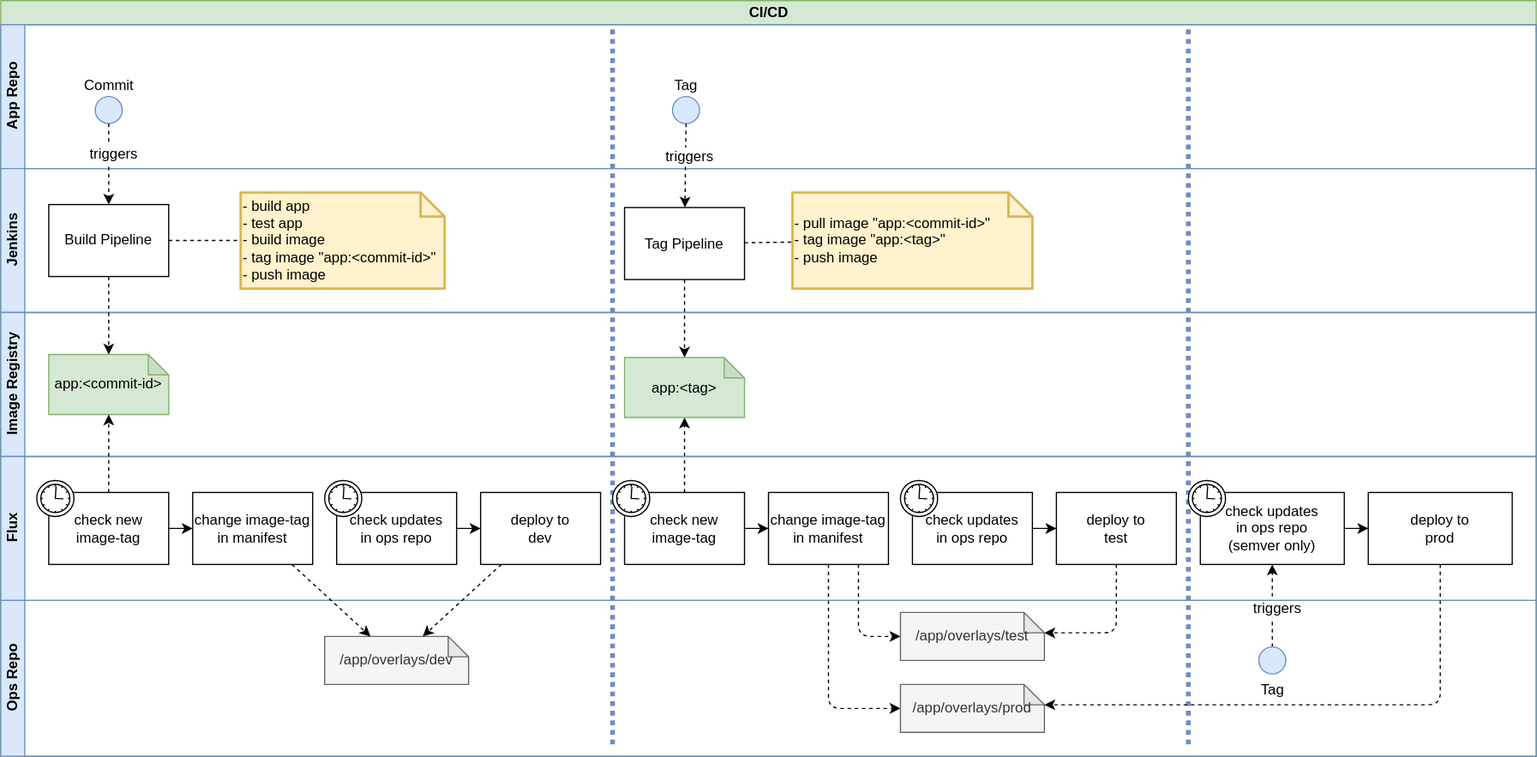
Earlier version of the draw.io export cicd-flow.svg (rmh78/flux2-gitops). Source tidied: cells renumbered, new cells last; positions are measured from the earlier drawing's top-left corner, leaving out a move shared by most shapes.
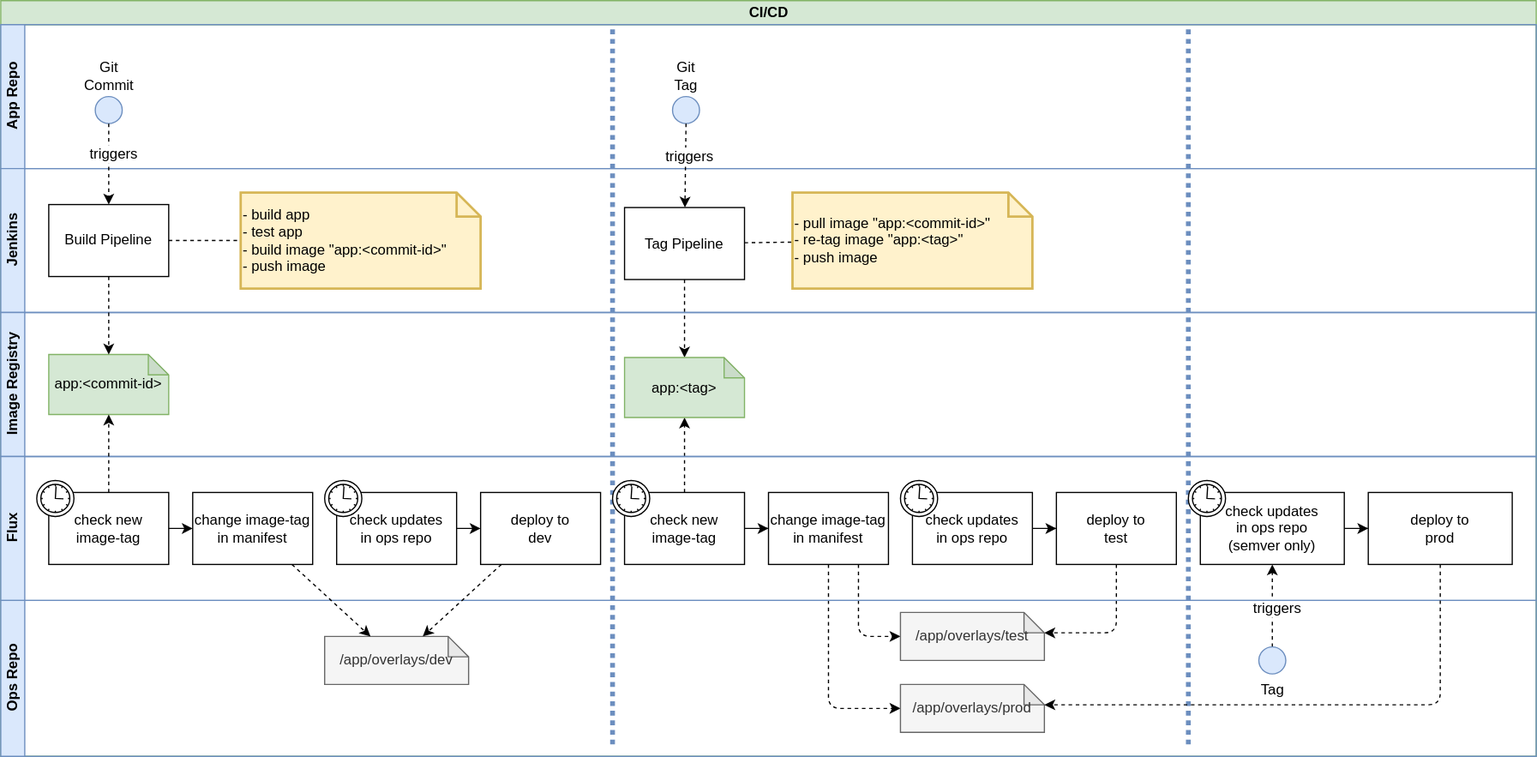
Above is the later version.

Change to the diagram source:
```diff
@@ -14,16 +14,16 @@
         <mxPoint x="990" as="targetPoint" />
       </mxGeometry>
     </mxCell>
-    <mxCell id="5" value="Tag" style="ellipse;whiteSpace=wrap;html=1;labelPosition=center;verticalLabelPosition=top;align=center;verticalAlign=bottom;horizontal=1;fillColor=#dae8fc;strokeColor=#6c8ebf;" parent="3" vertex="1">
+    <mxCell id="5" value="Git&lt;br&gt;Tag" style="ellipse;whiteSpace=wrap;html=1;labelPosition=center;verticalLabelPosition=top;align=center;verticalAlign=bottom;horizontal=1;fillColor=#dae8fc;strokeColor=#6c8ebf;" parent="3" vertex="1">
       <mxGeometry x="560" y="60" width="22.5" height="22.5" as="geometry" />
     </mxCell>
-    <mxCell id="6" value="Commit" style="ellipse;whiteSpace=wrap;html=1;labelPosition=center;verticalLabelPosition=top;align=center;verticalAlign=bottom;horizontal=1;fillColor=#dae8fc;strokeColor=#6c8ebf;" parent="3" vertex="1">
+    <mxCell id="6" value="Git&lt;br&gt;Commit" style="ellipse;whiteSpace=wrap;html=1;labelPosition=center;verticalLabelPosition=top;align=center;verticalAlign=bottom;horizontal=1;fillColor=#dae8fc;strokeColor=#6c8ebf;" parent="3" vertex="1">
       <mxGeometry x="78.8" y="60" width="22.5" height="22.5" as="geometry" />
     </mxCell>
     <mxCell id="7" value="Jenkins" style="swimlane;html=1;startSize=20;horizontal=0;fillColor=#dae8fc;strokeColor=#6c8ebf;" parent="2" vertex="1">
       <mxGeometry y="140" width="1280" height="120" as="geometry" />
     </mxCell>
-    <mxCell id="8" value="- pull image &quot;app:&amp;lt;commit-id&amp;gt;&quot;&lt;br&gt;- tag image &quot;app:&amp;lt;tag&amp;gt;&quot;&lt;br&gt;- push image" style="shape=note;strokeWidth=2;fontSize=12;size=20;whiteSpace=wrap;html=1;fillColor=#fff2cc;strokeColor=#d6b656;align=left;" parent="7" vertex="1">
+    <mxCell id="8" value="- pull image &quot;app:&amp;lt;commit-id&amp;gt;&quot;&lt;br&gt;- re-tag image &quot;app:&amp;lt;tag&amp;gt;&quot;&lt;br&gt;- push image" style="shape=note;strokeWidth=2;fontSize=12;size=20;whiteSpace=wrap;html=1;fillColor=#fff2cc;strokeColor=#d6b656;align=left;" parent="7" vertex="1">
       <mxGeometry x="660" y="20" width="200" height="80" as="geometry" />
     </mxCell>
     <mxCell id="9" value="Build Pipeline" style="whiteSpace=wrap;html=1;" parent="7" vertex="1">
@@ -32,8 +32,8 @@
     <mxCell id="10" value="Tag Pipeline" style="whiteSpace=wrap;html=1;" parent="7" vertex="1">
       <mxGeometry x="520" y="32.5" width="100" height="60" as="geometry" />
     </mxCell>
-    <mxCell id="11" value="&lt;span&gt;- build app&lt;/span&gt;&lt;br&gt;&lt;span&gt;- test app&lt;/span&gt;&lt;br&gt;&lt;span&gt;- build image&lt;br&gt;&lt;/span&gt;- tag image &quot;&lt;span style=&quot;text-align: center&quot;&gt;app:&amp;lt;commit-id&amp;gt;&quot;&lt;/span&gt;&lt;br&gt;&lt;span&gt;- push image&lt;/span&gt;" style="shape=note;strokeWidth=2;fontSize=12;size=20;whiteSpace=wrap;html=1;fillColor=#fff2cc;strokeColor=#d6b656;align=left;" parent="7" vertex="1">
-      <mxGeometry x="200" y="20" width="170" height="80" as="geometry" />
+    <mxCell id="11" value="&lt;span&gt;- build app&lt;/span&gt;&lt;br&gt;&lt;span&gt;- test app&lt;/span&gt;&lt;br&gt;&lt;span&gt;- build image&amp;nbsp;&lt;/span&gt;&quot;&lt;span style=&quot;text-align: center&quot;&gt;app:&amp;lt;commit-id&amp;gt;&quot;&lt;/span&gt;&lt;br&gt;&lt;span&gt;- push image&lt;/span&gt;" style="shape=note;strokeWidth=2;fontSize=12;size=20;whiteSpace=wrap;html=1;fillColor=#fff2cc;strokeColor=#d6b656;align=left;" parent="7" vertex="1">
+      <mxGeometry x="200" y="20" width="200" height="80" as="geometry" />
     </mxCell>
     <mxCell id="12" style="endArrow=none;dashed=1;html=1;" parent="7" edge="1" source="9" target="11">
       <mxGeometry relative="1" as="geometry" />
```
